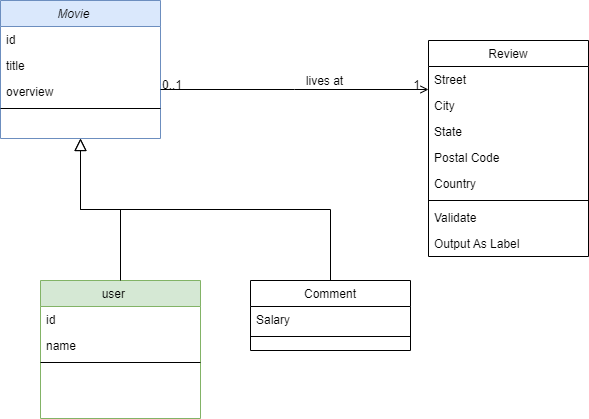
Earlier version of the draw.io export 제목 없는 다이어그램.drawio.png (No88888888/HoRyong). Source tidied: cells renumbered, new cells last; positions are measured from the earlier drawing's top-left corner, leaving out a move shared by most shapes. Source of this version:
```xml
<mxGraphModel>
  <root>
    <mxCell id="0" />
    <mxCell id="1" parent="0" />
    <mxCell id="2" value="Movie    " style="swimlane;fontStyle=2;align=center;verticalAlign=top;horizontal=1;startSize=26;rounded=0;shadow=0;strokeWidth=1;fillColor=#dae8fc;strokeColor=#6c8ebf;" parent="1" vertex="1">
      <mxGeometry width="160" height="138" as="geometry" />
    </mxCell>
    <mxCell id="3" value="id" style="text;align=left;verticalAlign=top;spacingLeft=4;spacingRight=4;overflow=hidden;" parent="2" vertex="1">
      <mxGeometry y="26" width="160" height="26" as="geometry" />
    </mxCell>
    <mxCell id="4" value="title    " style="text;align=left;verticalAlign=top;spacingLeft=4;spacingRight=4;overflow=hidden;rounded=0;shadow=0;html=0;" parent="2" vertex="1">
      <mxGeometry y="52" width="160" height="26" as="geometry" />
    </mxCell>
    <mxCell id="5" value="overview" style="text;align=left;verticalAlign=top;spacingLeft=4;spacingRight=4;overflow=hidden;rounded=0;shadow=0;html=0;" parent="2" vertex="1">
      <mxGeometry y="78" width="160" height="26" as="geometry" />
    </mxCell>
    <mxCell id="6" style="line;html=1;strokeWidth=1;align=left;verticalAlign=middle;spacingTop=-1;spacingLeft=3;spacingRight=3;labelPosition=right;" parent="2" vertex="1">
      <mxGeometry y="104" width="160" height="8" as="geometry" />
    </mxCell>
    <mxCell id="7" value="user    " style="swimlane;fontStyle=0;align=center;verticalAlign=top;horizontal=1;startSize=26;rounded=0;shadow=0;strokeWidth=1;fillColor=#d5e8d4;strokeColor=#82b366;" parent="1" vertex="1">
      <mxGeometry x="40" y="280" width="160" height="138" as="geometry" />
    </mxCell>
    <mxCell id="8" value="id" style="text;align=left;verticalAlign=top;spacingLeft=4;spacingRight=4;overflow=hidden;" parent="7" vertex="1">
      <mxGeometry y="26" width="160" height="26" as="geometry" />
    </mxCell>
    <mxCell id="9" value="name" style="text;align=left;verticalAlign=top;spacingLeft=4;spacingRight=4;overflow=hidden;rounded=0;shadow=0;html=0;" parent="7" vertex="1">
      <mxGeometry y="52" width="160" height="26" as="geometry" />
    </mxCell>
    <mxCell id="10" style="line;html=1;strokeWidth=1;align=left;verticalAlign=middle;spacingTop=-1;spacingLeft=3;spacingRight=3;labelPosition=right;" parent="7" vertex="1">
      <mxGeometry y="78" width="160" height="8" as="geometry" />
    </mxCell>
    <mxCell id="11" style="endArrow=block;endSize=10;endFill=0;shadow=0;strokeWidth=1;rounded=0;edgeStyle=elbowEdgeStyle;elbow=vertical;" parent="1" edge="1" source="7" target="2">
      <mxGeometry relative="1" as="geometry" />
    </mxCell>
    <mxCell id="12" value="Comment" style="swimlane;fontStyle=0;align=center;verticalAlign=top;horizontal=1;startSize=26;rounded=0;shadow=0;strokeWidth=1;" parent="1" vertex="1">
      <mxGeometry x="250" y="280" width="160" height="70" as="geometry" />
    </mxCell>
    <mxCell id="13" value="Salary" style="text;align=left;verticalAlign=top;spacingLeft=4;spacingRight=4;overflow=hidden;" parent="12" vertex="1">
      <mxGeometry y="26" width="160" height="26" as="geometry" />
    </mxCell>
    <mxCell id="14" style="line;html=1;strokeWidth=1;align=left;verticalAlign=middle;spacingTop=-1;spacingLeft=3;spacingRight=3;labelPosition=right;" parent="12" vertex="1">
      <mxGeometry y="52" width="160" height="8" as="geometry" />
    </mxCell>
    <mxCell id="15" style="endArrow=block;endSize=10;endFill=0;shadow=0;strokeWidth=1;rounded=0;edgeStyle=elbowEdgeStyle;elbow=vertical;" parent="1" edge="1" source="12" target="2">
      <mxGeometry relative="1" as="geometry" />
    </mxCell>
    <mxCell id="16" value="Review" style="swimlane;fontStyle=0;align=center;verticalAlign=top;horizontal=1;startSize=26;rounded=0;shadow=0;strokeWidth=1;" parent="1" vertex="1">
      <mxGeometry x="428" y="40" width="160" height="216" as="geometry" />
    </mxCell>
    <mxCell id="17" value="Street" style="text;align=left;verticalAlign=top;spacingLeft=4;spacingRight=4;overflow=hidden;" parent="16" vertex="1">
      <mxGeometry y="26" width="160" height="26" as="geometry" />
    </mxCell>
    <mxCell id="18" value="City" style="text;align=left;verticalAlign=top;spacingLeft=4;spacingRight=4;overflow=hidden;rounded=0;shadow=0;html=0;" parent="16" vertex="1">
      <mxGeometry y="52" width="160" height="26" as="geometry" />
    </mxCell>
    <mxCell id="19" value="State" style="text;align=left;verticalAlign=top;spacingLeft=4;spacingRight=4;overflow=hidden;rounded=0;shadow=0;html=0;" parent="16" vertex="1">
      <mxGeometry y="78" width="160" height="26" as="geometry" />
    </mxCell>
    <mxCell id="20" value="Postal Code" style="text;align=left;verticalAlign=top;spacingLeft=4;spacingRight=4;overflow=hidden;rounded=0;shadow=0;html=0;" parent="16" vertex="1">
      <mxGeometry y="104" width="160" height="26" as="geometry" />
    </mxCell>
    <mxCell id="21" value="Country" style="text;align=left;verticalAlign=top;spacingLeft=4;spacingRight=4;overflow=hidden;rounded=0;shadow=0;html=0;" parent="16" vertex="1">
      <mxGeometry y="130" width="160" height="26" as="geometry" />
    </mxCell>
    <mxCell id="22" style="line;html=1;strokeWidth=1;align=left;verticalAlign=middle;spacingTop=-1;spacingLeft=3;spacingRight=3;labelPosition=right;" parent="16" vertex="1">
      <mxGeometry y="156" width="160" height="8" as="geometry" />
    </mxCell>
    <mxCell id="23" value="Validate" style="text;align=left;verticalAlign=top;spacingLeft=4;spacingRight=4;overflow=hidden;" parent="16" vertex="1">
      <mxGeometry y="164" width="160" height="26" as="geometry" />
    </mxCell>
    <mxCell id="24" value="Output As Label" style="text;align=left;verticalAlign=top;spacingLeft=4;spacingRight=4;overflow=hidden;" parent="16" vertex="1">
      <mxGeometry y="190" width="160" height="26" as="geometry" />
    </mxCell>
    <mxCell id="25" style="endArrow=open;shadow=0;strokeWidth=1;rounded=0;endFill=1;edgeStyle=elbowEdgeStyle;elbow=vertical;" parent="1" edge="1" source="2" target="16">
      <mxGeometry x="0.5" y="41" relative="1" as="geometry">
        <mxPoint x="-40" y="32" as="offset" />
      </mxGeometry>
    </mxCell>
    <mxCell id="26" value="0..1" style="align=left;verticalAlign=bottom;labelBackgroundColor=none;fontSize=12;" parent="25" vertex="1">
      <mxGeometry x="-1" relative="1" as="geometry">
        <mxPoint y="4" as="offset" />
      </mxGeometry>
    </mxCell>
    <mxCell id="27" value="1" style="align=right;verticalAlign=bottom;labelBackgroundColor=none;fontSize=12;" parent="25" vertex="1">
      <mxGeometry x="1" relative="1" as="geometry">
        <mxPoint x="-7" y="4" as="offset" />
      </mxGeometry>
    </mxCell>
    <mxCell id="28" value="lives at" style="text;html=1;align=center;verticalAlign=middle;labelBackgroundColor=none;rounded=0;shadow=0;strokeWidth=1;fontSize=12;" parent="25" vertex="1">
      <mxGeometry x="0.5" y="49" relative="1" as="geometry">
        <mxPoint x="-38" y="40" as="offset" />
      </mxGeometry>
    </mxCell>
  </root>
</mxGraphModel>
```
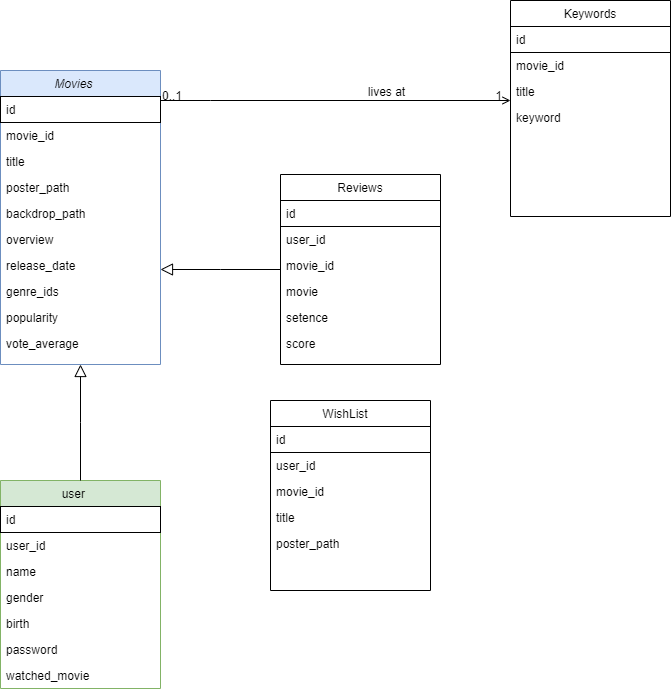
Above is the later version.

Commit message:
제목 없는 다이어그램.drawio.png 업데이트

The edit, as a diff of the source:
```diff
@@ -2,77 +2,110 @@
   <root>
     <mxCell id="0" />
     <mxCell id="1" parent="0" />
-    <mxCell id="2" value="Movie    " style="swimlane;fontStyle=2;align=center;verticalAlign=top;horizontal=1;startSize=26;rounded=0;shadow=0;strokeWidth=1;fillColor=#dae8fc;strokeColor=#6c8ebf;" parent="1" vertex="1">
-      <mxGeometry width="160" height="138" as="geometry" />
+    <mxCell id="2" value="Movies    " style="swimlane;fontStyle=2;align=center;verticalAlign=top;horizontal=1;startSize=26;rounded=0;shadow=0;strokeWidth=1;fillColor=#dae8fc;strokeColor=#6c8ebf;" parent="1" vertex="1">
+      <mxGeometry width="160" height="294" as="geometry" />
     </mxCell>
-    <mxCell id="3" value="id" style="text;align=left;verticalAlign=top;spacingLeft=4;spacingRight=4;overflow=hidden;" parent="2" vertex="1">
+    <mxCell id="3" value="id" style="text;align=left;verticalAlign=top;spacingLeft=4;spacingRight=4;overflow=hidden;strokeColor=default;" parent="2" vertex="1">
       <mxGeometry y="26" width="160" height="26" as="geometry" />
     </mxCell>
+    <mxCell id="29" value="movie_id" style="text;align=left;verticalAlign=top;spacingLeft=4;spacingRight=4;overflow=hidden;" parent="2" vertex="1">
+      <mxGeometry y="52" width="160" height="26" as="geometry" />
+    </mxCell>
     <mxCell id="4" value="title    " style="text;align=left;verticalAlign=top;spacingLeft=4;spacingRight=4;overflow=hidden;rounded=0;shadow=0;html=0;" parent="2" vertex="1">
-      <mxGeometry y="52" width="160" height="26" as="geometry" />
+      <mxGeometry y="78" width="160" height="26" as="geometry" />
     </mxCell>
+    <mxCell id="30" value="poster_path" style="text;align=left;verticalAlign=top;spacingLeft=4;spacingRight=4;overflow=hidden;rounded=0;shadow=0;html=0;" parent="2" vertex="1">
+      <mxGeometry y="104" width="160" height="26" as="geometry" />
+    </mxCell>
+    <mxCell id="31" value="backdrop_path" style="text;align=left;verticalAlign=top;spacingLeft=4;spacingRight=4;overflow=hidden;rounded=0;shadow=0;html=0;" parent="2" vertex="1">
+      <mxGeometry y="130" width="160" height="26" as="geometry" />
+    </mxCell>
     <mxCell id="5" value="overview" style="text;align=left;verticalAlign=top;spacingLeft=4;spacingRight=4;overflow=hidden;rounded=0;shadow=0;html=0;" parent="2" vertex="1">
-      <mxGeometry y="78" width="160" height="26" as="geometry" />
+      <mxGeometry y="156" width="160" height="26" as="geometry" />
     </mxCell>
-    <mxCell id="6" style="line;html=1;strokeWidth=1;align=left;verticalAlign=middle;spacingTop=-1;spacingLeft=3;spacingRight=3;labelPosition=right;" parent="2" vertex="1">
-      <mxGeometry y="104" width="160" height="8" as="geometry" />
-    </mxCell>
+    <mxCell id="32" value="release_date    " style="text;align=left;verticalAlign=top;spacingLeft=4;spacingRight=4;overflow=hidden;rounded=0;shadow=0;html=0;" parent="2" vertex="1">
+      <mxGeometry y="182" width="160" height="26" as="geometry" />
+    </mxCell>
+    <mxCell id="33" value="genre_ids" style="text;align=left;verticalAlign=top;spacingLeft=4;spacingRight=4;overflow=hidden;rounded=0;shadow=0;html=0;" parent="2" vertex="1">
+      <mxGeometry y="208" width="160" height="26" as="geometry" />
+    </mxCell>
+    <mxCell id="34" value="popularity" style="text;align=left;verticalAlign=top;spacingLeft=4;spacingRight=4;overflow=hidden;rounded=0;shadow=0;html=0;" parent="2" vertex="1">
+      <mxGeometry y="234" width="160" height="26" as="geometry" />
+    </mxCell>
+    <mxCell id="35" value="vote_average" style="text;align=left;verticalAlign=top;spacingLeft=4;spacingRight=4;overflow=hidden;rounded=0;shadow=0;html=0;" parent="2" vertex="1">
+      <mxGeometry y="260" width="160" height="26" as="geometry" />
+    </mxCell>
     <mxCell id="7" value="user    " style="swimlane;fontStyle=0;align=center;verticalAlign=top;horizontal=1;startSize=26;rounded=0;shadow=0;strokeWidth=1;fillColor=#d5e8d4;strokeColor=#82b366;" parent="1" vertex="1">
-      <mxGeometry x="40" y="280" width="160" height="138" as="geometry" />
+      <mxGeometry y="410" width="160" height="208" as="geometry" />
     </mxCell>
-    <mxCell id="8" value="id" style="text;align=left;verticalAlign=top;spacingLeft=4;spacingRight=4;overflow=hidden;" parent="7" vertex="1">
+    <mxCell id="8" value="id" style="text;align=left;verticalAlign=top;spacingLeft=4;spacingRight=4;overflow=hidden;strokeColor=default;" parent="7" vertex="1">
       <mxGeometry y="26" width="160" height="26" as="geometry" />
     </mxCell>
-    <mxCell id="9" value="name" style="text;align=left;verticalAlign=top;spacingLeft=4;spacingRight=4;overflow=hidden;rounded=0;shadow=0;html=0;" parent="7" vertex="1">
+    <mxCell id="9" value="user_id" style="text;align=left;verticalAlign=top;spacingLeft=4;spacingRight=4;overflow=hidden;rounded=0;shadow=0;html=0;" parent="7" vertex="1">
       <mxGeometry y="52" width="160" height="26" as="geometry" />
     </mxCell>
-    <mxCell id="10" style="line;html=1;strokeWidth=1;align=left;verticalAlign=middle;spacingTop=-1;spacingLeft=3;spacingRight=3;labelPosition=right;" parent="7" vertex="1">
-      <mxGeometry y="78" width="160" height="8" as="geometry" />
-    </mxCell>
+    <mxCell id="36" value="name" style="text;align=left;verticalAlign=top;spacingLeft=4;spacingRight=4;overflow=hidden;rounded=0;shadow=0;html=0;" parent="7" vertex="1">
+      <mxGeometry y="78" width="160" height="26" as="geometry" />
+    </mxCell>
+    <mxCell id="37" value="gender" style="text;align=left;verticalAlign=top;spacingLeft=4;spacingRight=4;overflow=hidden;rounded=0;shadow=0;html=0;" parent="7" vertex="1">
+      <mxGeometry y="104" width="160" height="26" as="geometry" />
+    </mxCell>
+    <mxCell id="38" value="birth" style="text;align=left;verticalAlign=top;spacingLeft=4;spacingRight=4;overflow=hidden;rounded=0;shadow=0;html=0;" parent="7" vertex="1">
+      <mxGeometry y="130" width="160" height="26" as="geometry" />
+    </mxCell>
+    <mxCell id="39" value="password" style="text;align=left;verticalAlign=top;spacingLeft=4;spacingRight=4;overflow=hidden;rounded=0;shadow=0;html=0;" parent="7" vertex="1">
+      <mxGeometry y="156" width="160" height="26" as="geometry" />
+    </mxCell>
+    <mxCell id="40" value="watched_movie" style="text;align=left;verticalAlign=top;spacingLeft=4;spacingRight=4;overflow=hidden;rounded=0;shadow=0;html=0;" parent="7" vertex="1">
+      <mxGeometry y="182" width="160" height="26" as="geometry" />
+    </mxCell>
     <mxCell id="11" style="endArrow=block;endSize=10;endFill=0;shadow=0;strokeWidth=1;rounded=0;edgeStyle=elbowEdgeStyle;elbow=vertical;" parent="1" edge="1" source="7" target="2">
       <mxGeometry relative="1" as="geometry" />
     </mxCell>
-    <mxCell id="12" value="Comment" style="swimlane;fontStyle=0;align=center;verticalAlign=top;horizontal=1;startSize=26;rounded=0;shadow=0;strokeWidth=1;" parent="1" vertex="1">
-      <mxGeometry x="250" y="280" width="160" height="70" as="geometry" />
+    <mxCell id="12" value="Reviews" style="swimlane;fontStyle=0;align=center;verticalAlign=top;horizontal=1;startSize=26;rounded=0;shadow=0;strokeWidth=1;" parent="1" vertex="1">
+      <mxGeometry x="280" y="104" width="160" height="190" as="geometry" />
     </mxCell>
-    <mxCell id="13" value="Salary" style="text;align=left;verticalAlign=top;spacingLeft=4;spacingRight=4;overflow=hidden;" parent="12" vertex="1">
+    <mxCell id="13" value="id" style="text;align=left;verticalAlign=top;spacingLeft=4;spacingRight=4;overflow=hidden;strokeColor=default;" parent="12" vertex="1">
       <mxGeometry y="26" width="160" height="26" as="geometry" />
     </mxCell>
-    <mxCell id="14" style="line;html=1;strokeWidth=1;align=left;verticalAlign=middle;spacingTop=-1;spacingLeft=3;spacingRight=3;labelPosition=right;" parent="12" vertex="1">
-      <mxGeometry y="52" width="160" height="8" as="geometry" />
-    </mxCell>
+    <mxCell id="41" value="user_id" style="text;align=left;verticalAlign=top;spacingLeft=4;spacingRight=4;overflow=hidden;" parent="12" vertex="1">
+      <mxGeometry y="52" width="160" height="26" as="geometry" />
+    </mxCell>
+    <mxCell id="42" value="movie_id" style="text;align=left;verticalAlign=top;spacingLeft=4;spacingRight=4;overflow=hidden;" parent="12" vertex="1">
+      <mxGeometry y="78" width="160" height="26" as="geometry" />
+    </mxCell>
+    <mxCell id="43" value="movie" style="text;align=left;verticalAlign=top;spacingLeft=4;spacingRight=4;overflow=hidden;" parent="12" vertex="1">
+      <mxGeometry y="104" width="160" height="26" as="geometry" />
+    </mxCell>
+    <mxCell id="44" value="setence" style="text;align=left;verticalAlign=top;spacingLeft=4;spacingRight=4;overflow=hidden;" parent="12" vertex="1">
+      <mxGeometry y="130" width="160" height="26" as="geometry" />
+    </mxCell>
+    <mxCell id="45" value="score" style="text;align=left;verticalAlign=top;spacingLeft=4;spacingRight=4;overflow=hidden;" parent="12" vertex="1">
+      <mxGeometry y="156" width="160" height="26" as="geometry" />
+    </mxCell>
     <mxCell id="15" style="endArrow=block;endSize=10;endFill=0;shadow=0;strokeWidth=1;rounded=0;edgeStyle=elbowEdgeStyle;elbow=vertical;" parent="1" edge="1" source="12" target="2">
       <mxGeometry relative="1" as="geometry" />
     </mxCell>
-    <mxCell id="16" value="Review" style="swimlane;fontStyle=0;align=center;verticalAlign=top;horizontal=1;startSize=26;rounded=0;shadow=0;strokeWidth=1;" parent="1" vertex="1">
-      <mxGeometry x="428" y="40" width="160" height="216" as="geometry" />
+    <mxCell id="16" value="Keywords" style="swimlane;fontStyle=0;align=center;verticalAlign=top;horizontal=1;startSize=26;rounded=0;shadow=0;strokeWidth=1;" parent="1" vertex="1">
+      <mxGeometry x="510" y="-70" width="160" height="216" as="geometry" />
     </mxCell>
-    <mxCell id="17" value="Street" style="text;align=left;verticalAlign=top;spacingLeft=4;spacingRight=4;overflow=hidden;" parent="16" vertex="1">
+    <mxCell id="17" value="id   " style="text;align=left;verticalAlign=top;spacingLeft=4;spacingRight=4;overflow=hidden;strokeColor=default;" parent="16" vertex="1">
       <mxGeometry y="26" width="160" height="26" as="geometry" />
     </mxCell>
-    <mxCell id="18" value="City" style="text;align=left;verticalAlign=top;spacingLeft=4;spacingRight=4;overflow=hidden;rounded=0;shadow=0;html=0;" parent="16" vertex="1">
+    <mxCell id="18" value="movie_id" style="text;align=left;verticalAlign=top;spacingLeft=4;spacingRight=4;overflow=hidden;rounded=0;shadow=0;html=0;" parent="16" vertex="1">
       <mxGeometry y="52" width="160" height="26" as="geometry" />
     </mxCell>
-    <mxCell id="19" value="State" style="text;align=left;verticalAlign=top;spacingLeft=4;spacingRight=4;overflow=hidden;rounded=0;shadow=0;html=0;" parent="16" vertex="1">
+    <mxCell id="19" value="title" style="text;align=left;verticalAlign=top;spacingLeft=4;spacingRight=4;overflow=hidden;rounded=0;shadow=0;html=0;" parent="16" vertex="1">
       <mxGeometry y="78" width="160" height="26" as="geometry" />
     </mxCell>
-    <mxCell id="20" value="Postal Code" style="text;align=left;verticalAlign=top;spacingLeft=4;spacingRight=4;overflow=hidden;rounded=0;shadow=0;html=0;" parent="16" vertex="1">
+    <mxCell id="20" value="keyword" style="text;align=left;verticalAlign=top;spacingLeft=4;spacingRight=4;overflow=hidden;rounded=0;shadow=0;html=0;" parent="16" vertex="1">
       <mxGeometry y="104" width="160" height="26" as="geometry" />
     </mxCell>
-    <mxCell id="21" value="Country" style="text;align=left;verticalAlign=top;spacingLeft=4;spacingRight=4;overflow=hidden;rounded=0;shadow=0;html=0;" parent="16" vertex="1">
-      <mxGeometry y="130" width="160" height="26" as="geometry" />
-    </mxCell>
-    <mxCell id="22" style="line;html=1;strokeWidth=1;align=left;verticalAlign=middle;spacingTop=-1;spacingLeft=3;spacingRight=3;labelPosition=right;" parent="16" vertex="1">
-      <mxGeometry y="156" width="160" height="8" as="geometry" />
-    </mxCell>
-    <mxCell id="23" value="Validate" style="text;align=left;verticalAlign=top;spacingLeft=4;spacingRight=4;overflow=hidden;" parent="16" vertex="1">
-      <mxGeometry y="164" width="160" height="26" as="geometry" />
-    </mxCell>
-    <mxCell id="24" value="Output As Label" style="text;align=left;verticalAlign=top;spacingLeft=4;spacingRight=4;overflow=hidden;" parent="16" vertex="1">
-      <mxGeometry y="190" width="160" height="26" as="geometry" />
-    </mxCell>
     <mxCell id="25" style="endArrow=open;shadow=0;strokeWidth=1;rounded=0;endFill=1;edgeStyle=elbowEdgeStyle;elbow=vertical;" parent="1" edge="1" source="2" target="16">
       <mxGeometry x="0.5" y="41" relative="1" as="geometry">
+        <Array as="points">
+          <mxPoint x="210" y="30" />
+        </Array>
         <mxPoint x="-40" y="32" as="offset" />
       </mxGeometry>
     </mxCell>
@@ -91,5 +124,23 @@
         <mxPoint x="-38" y="40" as="offset" />
       </mxGeometry>
     </mxCell>
+    <mxCell id="46" value="WishList   " style="swimlane;fontStyle=0;align=center;verticalAlign=top;horizontal=1;startSize=26;rounded=0;shadow=0;strokeWidth=1;" parent="1" vertex="1">
+      <mxGeometry x="270" y="330" width="160" height="190" as="geometry" />
+    </mxCell>
+    <mxCell id="47" value="id" style="text;align=left;verticalAlign=top;spacingLeft=4;spacingRight=4;overflow=hidden;strokeColor=default;" parent="46" vertex="1">
+      <mxGeometry y="26" width="160" height="26" as="geometry" />
+    </mxCell>
+    <mxCell id="48" value="user_id" style="text;align=left;verticalAlign=top;spacingLeft=4;spacingRight=4;overflow=hidden;" parent="46" vertex="1">
+      <mxGeometry y="52" width="160" height="26" as="geometry" />
+    </mxCell>
+    <mxCell id="49" value="movie_id" style="text;align=left;verticalAlign=top;spacingLeft=4;spacingRight=4;overflow=hidden;" parent="46" vertex="1">
+      <mxGeometry y="78" width="160" height="26" as="geometry" />
+    </mxCell>
+    <mxCell id="50" value="title" style="text;align=left;verticalAlign=top;spacingLeft=4;spacingRight=4;overflow=hidden;" parent="46" vertex="1">
+      <mxGeometry y="104" width="160" height="26" as="geometry" />
+    </mxCell>
+    <mxCell id="51" value="poster_path" style="text;align=left;verticalAlign=top;spacingLeft=4;spacingRight=4;overflow=hidden;" parent="46" vertex="1">
+      <mxGeometry y="130" width="160" height="26" as="geometry" />
+    </mxCell>
   </root>
 </mxGraphModel>
```
